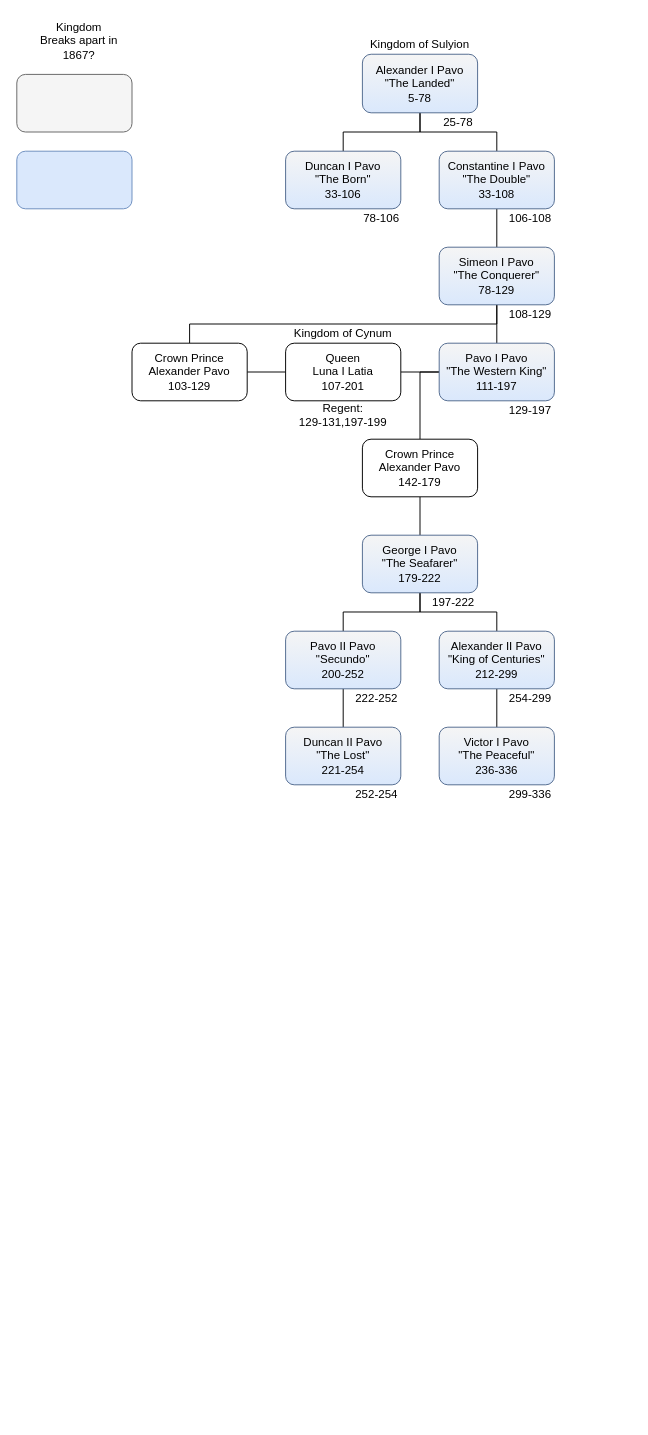
This is Joint Folder/Royal Family Tree of Jam and Peacock.drawio from jamlamtheblue/DES-Pol, a draw.io file, before an edit. Source tidied: cells renumbered, new cells numbered last; positions are measured from the earlier drawing's top-left corner, leaving out a move shared by most shapes. Both pictures are drawn from the tidied source at 96%, with x=0, y=0 at pixel (16, 16).
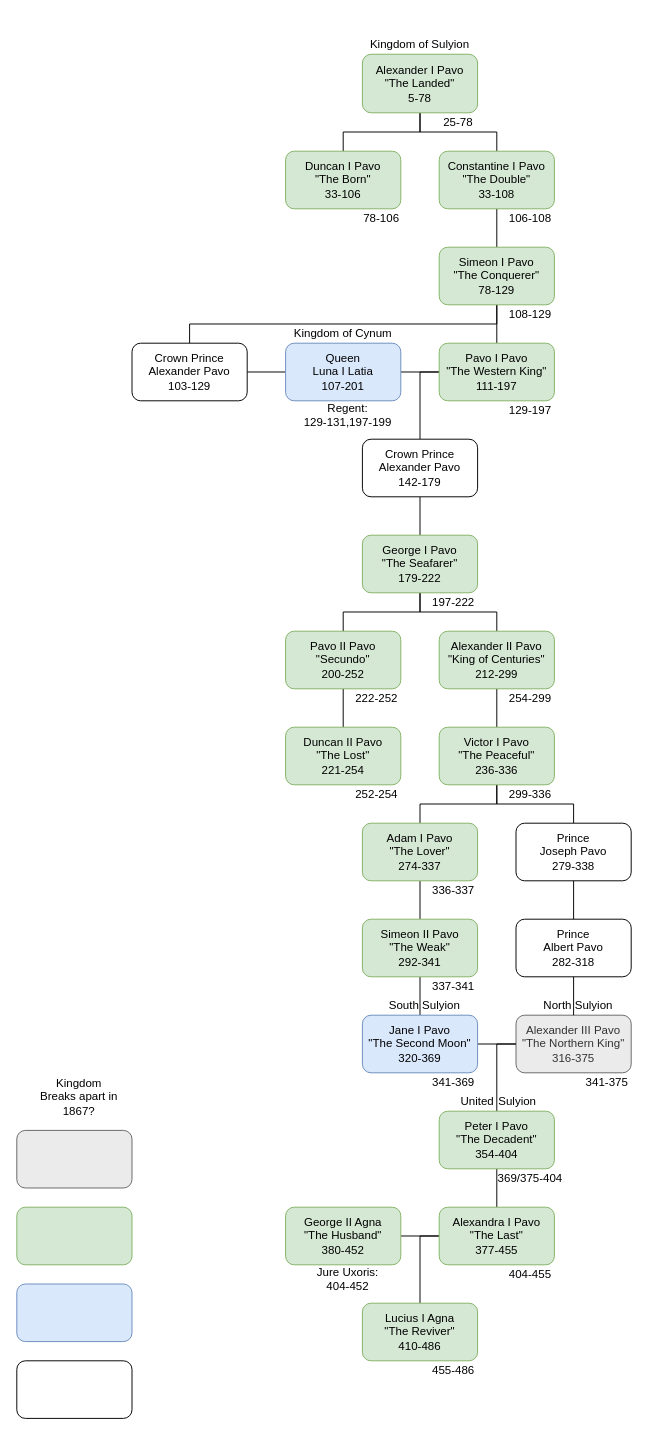
After the change.

Commit message (it also covers changes not shown here):
Royal Family Updates + Name Change

Change to the diagram source:
```diff
@@
-    <mxCell id="4" value="Alexander I Pavo&lt;br&gt;&quot;The Landed&quot;&lt;br&gt;5-78" style="rounded=1;whiteSpace=wrap;html=1;fillColor=#F5F5F5;strokeColor=#516A8F;gradientColor=#DAE8FC;" parent="1" vertex="1">
+    <mxCell id="4" value="Alexander I Pavo&lt;br&gt;&quot;The Landed&quot;&lt;br&gt;5-78" style="rounded=1;whiteSpace=wrap;html=1;fillColor=#d5e8d4;strokeColor=#82b366;" parent="1" vertex="1">
       <mxGeometry x="360" y="39" width="120" height="61" as="geometry" />
     </mxCell>
     <mxCell id="5" value="&lt;br&gt;&lt;br&gt;" style="rounded=1;whiteSpace=wrap;html=1;fillColor=#dae8fc;strokeColor=#6c8ebf;" parent="1" vertex="1">
-      <mxGeometry y="140" width="120" height="60" as="geometry" />
+      <mxGeometry y="1320" width="120" height="60" as="geometry" />
     </mxCell>
-    <mxCell id="6" value="&lt;br&gt;&lt;br&gt;" style="rounded=1;whiteSpace=wrap;html=1;fillColor=#f5f5f5;strokeColor=#666666;fontColor=#333333;" parent="1" vertex="1">
-      <mxGeometry y="60" width="120" height="60" as="geometry" />
+    <mxCell id="6" value="&lt;br&gt;&lt;br&gt;" style="rounded=1;whiteSpace=wrap;html=1;fillColor=#EBEBEB;strokeColor=#666666;fontColor=#333333;" parent="1" vertex="1">
+      <mxGeometry y="1160" width="120" height="60" as="geometry" />
     </mxCell>
@@
-    <mxCell id="9" value="Duncan I Pavo&lt;br&gt;&quot;The Born&quot;&lt;br&gt;33-106" style="rounded=1;whiteSpace=wrap;html=1;fillColor=#F5F5F5;strokeColor=#516A8F;gradientColor=#DAE8FC;" parent="1" vertex="1">
+    <mxCell id="9" value="Duncan I Pavo&lt;br&gt;&quot;The Born&quot;&lt;br&gt;33-106" style="rounded=1;whiteSpace=wrap;html=1;fillColor=#d5e8d4;strokeColor=#82b366;" parent="1" vertex="1">
       <mxGeometry x="280" y="140" width="120" height="60" as="geometry" />
     </mxCell>
     <mxCell id="10" value="Kingdom Breaks apart in 1867?" style="text;html=1;strokeColor=none;fillColor=none;align=center;verticalAlign=middle;whiteSpace=wrap;rounded=0;" parent="1" vertex="1">
-      <mxGeometry x="20" width="90" height="50" as="geometry" />
+      <mxGeometry x="20" y="1100" width="90" height="50" as="geometry" />
     </mxCell>
@@
-    <mxCell id="12" value="Constantine I Pavo&lt;br&gt;&quot;The Double&quot;&lt;br&gt;33-108" style="rounded=1;whiteSpace=wrap;html=1;fillColor=#F5F5F5;strokeColor=#516A8F;gradientColor=#DAE8FC;" parent="1" vertex="1">
+    <mxCell id="12" value="Constantine I Pavo&lt;br&gt;&quot;The Double&quot;&lt;br&gt;33-108" style="rounded=1;whiteSpace=wrap;html=1;fillColor=#d5e8d4;strokeColor=#82b366;" parent="1" vertex="1">
       <mxGeometry x="440" y="140" width="120" height="60" as="geometry" />
     </mxCell>
@@
-    <mxCell id="16" value="Simeon I Pavo&lt;br&gt;&quot;The Conquerer&quot;&lt;br&gt;78-129" style="rounded=1;whiteSpace=wrap;html=1;fillColor=#F5F5F5;strokeColor=#516A8F;gradientColor=#DAE8FC;" parent="1" vertex="1">
+    <mxCell id="16" value="Simeon I Pavo&lt;br&gt;&quot;The Conquerer&quot;&lt;br&gt;78-129" style="rounded=1;whiteSpace=wrap;html=1;fillColor=#d5e8d4;strokeColor=#82b366;" parent="1" vertex="1">
       <mxGeometry x="440" y="240" width="120" height="60" as="geometry" />
     </mxCell>
@@
-    <mxCell id="20" value="Pavo I Pavo&lt;br&gt;&quot;The Western King&quot;&lt;br&gt;111-197" style="rounded=1;whiteSpace=wrap;html=1;fillColor=#F5F5F5;strokeColor=#516A8F;gradientColor=#DAE8FC;" parent="1" vertex="1">
+    <mxCell id="20" value="Pavo I Pavo&lt;br&gt;&quot;The Western King&quot;&lt;br&gt;111-197" style="rounded=1;whiteSpace=wrap;html=1;fillColor=#d5e8d4;strokeColor=#82b366;" parent="1" vertex="1">
       <mxGeometry x="440" y="340" width="120" height="60" as="geometry" />
     </mxCell>
@@
-    <mxCell id="23" value="&lt;font style=&quot;font-size: 12px;&quot;&gt;Queen&lt;br&gt;Luna I Latia&lt;br&gt;107-201&lt;/font&gt;" style="rounded=1;whiteSpace=wrap;html=1;fontSize=10;" parent="1" vertex="1">
+    <mxCell id="23" value="&lt;font style=&quot;font-size: 12px;&quot;&gt;Queen&lt;br&gt;Luna I Latia&lt;br&gt;107-201&lt;/font&gt;" style="rounded=1;whiteSpace=wrap;html=1;fontSize=10;fillColor=#dae8fc;strokeColor=#6c8ebf;" parent="1" vertex="1">
       <mxGeometry x="280" y="340" width="120" height="60" as="geometry" />
     </mxCell>
@@
-    <mxCell id="30" value="George I Pavo&lt;br&gt;&quot;The Seafarer&quot;&lt;br&gt;179-222" style="rounded=1;whiteSpace=wrap;html=1;fillColor=#F5F5F5;strokeColor=#516A8F;gradientColor=#DAE8FC;" parent="1" vertex="1">
+    <mxCell id="30" value="George I Pavo&lt;br&gt;&quot;The Seafarer&quot;&lt;br&gt;179-222" style="rounded=1;whiteSpace=wrap;html=1;fillColor=#d5e8d4;strokeColor=#82b366;" parent="1" vertex="1">
       <mxGeometry x="360" y="540" width="120" height="60" as="geometry" />
     </mxCell>
@@
     <mxCell id="32" value="Regent:&lt;br&gt;129-131,197-199" style="text;html=1;strokeColor=none;fillColor=none;align=center;verticalAlign=middle;whiteSpace=wrap;rounded=0;fontSize=12;" parent="1" vertex="1">
-      <mxGeometry x="270" y="400" width="140" height="30" as="geometry" />
+      <mxGeometry x="295" y="400" width="100" height="30" as="geometry" />
     </mxCell>
@@
-    <mxCell id="34" value="Pavo II Pavo&lt;br&gt;&quot;Secundo&quot;&lt;br&gt;200-252" style="rounded=1;whiteSpace=wrap;html=1;fillColor=#F5F5F5;strokeColor=#516A8F;gradientColor=#DAE8FC;" parent="1" vertex="1">
+    <mxCell id="34" value="Pavo II Pavo&lt;br&gt;&quot;Secundo&quot;&lt;br&gt;200-252" style="rounded=1;whiteSpace=wrap;html=1;fillColor=#d5e8d4;strokeColor=#82b366;" parent="1" vertex="1">
       <mxGeometry x="280" y="640" width="120" height="60" as="geometry" />
     </mxCell>
@@
-    <mxCell id="36" value="Alexander II Pavo&lt;br&gt;&quot;King of Centuries&quot;&lt;br&gt;212-299" style="rounded=1;whiteSpace=wrap;html=1;fillColor=#F5F5F5;strokeColor=#516A8F;gradientColor=#DAE8FC;" parent="1" vertex="1">
+    <mxCell id="36" value="Alexander II Pavo&lt;br&gt;&quot;King of Centuries&quot;&lt;br&gt;212-299" style="rounded=1;whiteSpace=wrap;html=1;fillColor=#d5e8d4;strokeColor=#82b366;" parent="1" vertex="1">
       <mxGeometry x="440" y="640" width="120" height="60" as="geometry" />
     </mxCell>
-    <mxCell id="37" value="Duncan II Pavo&lt;br&gt;&quot;The Lost&quot;&lt;br&gt;221-254" style="rounded=1;whiteSpace=wrap;html=1;fillColor=#F5F5F5;strokeColor=#516A8F;gradientColor=#DAE8FC;" parent="1" vertex="1">
+    <mxCell id="37" value="Duncan II Pavo&lt;br&gt;&quot;The Lost&quot;&lt;br&gt;221-254" style="rounded=1;whiteSpace=wrap;html=1;fillColor=#d5e8d4;strokeColor=#82b366;" parent="1" vertex="1">
       <mxGeometry x="280" y="740" width="120" height="60" as="geometry" />
     </mxCell>
@@
+    <mxCell id="44" style="edgeStyle=orthogonalEdgeStyle;rounded=0;jettySize=auto;html=1;endArrow=none;endFill=0;" parent="1" edge="1" source="39" target="48">
+      <mxGeometry relative="1" as="geometry">
+        <Array as="points">
+          <mxPoint x="500" y="820" />
+          <mxPoint x="420" y="820" />
+        </Array>
+      </mxGeometry>
+    </mxCell>
+    <mxCell id="45" style="edgeStyle=orthogonalEdgeStyle;rounded=0;jettySize=auto;html=1;entryX=0.5;entryY=0;entryDx=0;entryDy=0;endArrow=none;endFill=0;" parent="1" edge="1" source="39" target="50">
+      <mxGeometry relative="1" as="geometry" />
+    </mxCell>
-    <mxCell id="39" value="Victor I Pavo&lt;br&gt;&quot;The Peaceful&quot;&lt;br&gt;236-336" style="rounded=1;whiteSpace=wrap;html=1;fillColor=#F5F5F5;strokeColor=#516A8F;gradientColor=#DAE8FC;" parent="1" vertex="1">
+    <mxCell id="39" value="Victor I Pavo&lt;br&gt;&quot;The Peaceful&quot;&lt;br&gt;236-336" style="rounded=1;whiteSpace=wrap;html=1;fillColor=#d5e8d4;strokeColor=#82b366;" parent="1" vertex="1">
       <mxGeometry x="440" y="740" width="120" height="60" as="geometry" />
     </mxCell>
@@
+    <mxCell id="46" style="rounded=1;whiteSpace=wrap;html=1;fillColor=#d5e8d4;strokeColor=#82b366;" parent="1" vertex="1">
+      <mxGeometry y="1240" width="120" height="60" as="geometry" />
+    </mxCell>
+    <mxCell id="47" style="edgeStyle=orthogonalEdgeStyle;rounded=0;jettySize=auto;html=1;entryX=0.5;entryY=0;entryDx=0;entryDy=0;endArrow=none;endFill=0;" parent="1" edge="1" source="48" target="52">
+      <mxGeometry relative="1" as="geometry" />
+    </mxCell>
+    <mxCell id="48" value="Adam I Pavo&lt;br&gt;&quot;The Lover&quot;&lt;br&gt;274-337" style="rounded=1;whiteSpace=wrap;html=1;fillColor=#d5e8d4;strokeColor=#82b366;" parent="1" vertex="1">
+      <mxGeometry x="360" y="840" width="120" height="60" as="geometry" />
+    </mxCell>
+    <mxCell id="49" style="edgeStyle=orthogonalEdgeStyle;rounded=0;jettySize=auto;html=1;entryX=0.5;entryY=0;entryDx=0;entryDy=0;endArrow=none;endFill=0;" parent="1" edge="1" source="50" target="56">
+      <mxGeometry relative="1" as="geometry" />
+    </mxCell>
+    <mxCell id="50" value="Prince&lt;br&gt;Joseph Pavo&lt;br&gt;279-338" style="rounded=1;whiteSpace=wrap;html=1;" parent="1" vertex="1">
+      <mxGeometry x="520" y="840" width="120" height="60" as="geometry" />
+    </mxCell>
+    <mxCell id="51" style="edgeStyle=orthogonalEdgeStyle;rounded=0;jettySize=auto;html=1;entryX=0.5;entryY=0;entryDx=0;entryDy=0;endArrow=none;endFill=0;" parent="1" edge="1" source="52" target="58">
+      <mxGeometry relative="1" as="geometry" />
+    </mxCell>
+    <mxCell id="52" value="Simeon II Pavo&lt;br&gt;&quot;The Weak&quot;&lt;br&gt;292-341" style="rounded=1;whiteSpace=wrap;html=1;fillColor=#d5e8d4;strokeColor=#82b366;" parent="1" vertex="1">
+      <mxGeometry x="360" y="940" width="120" height="60" as="geometry" />
+    </mxCell>
+    <mxCell id="53" style="edgeStyle=orthogonalEdgeStyle;rounded=0;jettySize=auto;html=1;entryX=0.5;entryY=0;entryDx=0;entryDy=0;endArrow=none;endFill=0;" parent="1" edge="1" source="54" target="62">
+      <mxGeometry relative="1" as="geometry">
+        <Array as="points">
+          <mxPoint x="500" y="1070" />
+        </Array>
+      </mxGeometry>
+    </mxCell>
+    <mxCell id="54" value="Alexander III Pavo&lt;br&gt;&quot;The Northern King&quot;&lt;br&gt;316-375" style="rounded=1;whiteSpace=wrap;html=1;fillColor=#EBEBEB;strokeColor=#666666;fontColor=#333333;" parent="1" vertex="1">
+      <mxGeometry x="520" y="1040" width="120" height="60" as="geometry" />
+    </mxCell>
+    <mxCell id="55" style="edgeStyle=orthogonalEdgeStyle;rounded=0;jettySize=auto;html=1;entryX=0.5;entryY=0;entryDx=0;entryDy=0;endArrow=none;endFill=0;" parent="1" edge="1" source="56" target="54">
+      <mxGeometry relative="1" as="geometry" />
+    </mxCell>
+    <mxCell id="56" value="Prince&lt;br&gt;Albert Pavo&lt;br&gt;282-318" style="rounded=1;whiteSpace=wrap;html=1;" parent="1" vertex="1">
+      <mxGeometry x="520" y="940" width="120" height="60" as="geometry" />
+    </mxCell>
+    <mxCell id="57" style="edgeStyle=orthogonalEdgeStyle;rounded=0;jettySize=auto;html=1;entryX=0;entryY=0.5;entryDx=0;entryDy=0;endArrow=none;endFill=0;" parent="1" edge="1" source="58" target="54">
+      <mxGeometry relative="1" as="geometry" />
+    </mxCell>
+    <mxCell id="58" value="Jane I Pavo&lt;br&gt;&quot;The Second Moon&quot;&lt;br&gt;320-369" style="rounded=1;whiteSpace=wrap;html=1;fillColor=#dae8fc;strokeColor=#6c8ebf;" parent="1" vertex="1">
+      <mxGeometry x="360" y="1040" width="120" height="60" as="geometry" />
+    </mxCell>
+    <mxCell id="59" value="North Sulyion" style="text;html=1;strokeColor=none;fillColor=none;align=center;verticalAlign=middle;whiteSpace=wrap;rounded=0;" parent="1" vertex="1">
+      <mxGeometry x="530" y="1020" width="110" height="20" as="geometry" />
+    </mxCell>
+    <mxCell id="60" value="South Sulyion" style="text;html=1;strokeColor=none;fillColor=none;align=center;verticalAlign=middle;whiteSpace=wrap;rounded=0;" parent="1" vertex="1">
+      <mxGeometry x="370" y="1020" width="110" height="20" as="geometry" />
+    </mxCell>
+    <mxCell id="61" style="edgeStyle=orthogonalEdgeStyle;rounded=0;jettySize=auto;html=1;entryX=0.5;entryY=0;entryDx=0;entryDy=0;endArrow=none;endFill=0;" parent="1" edge="1" source="62" target="69">
+      <mxGeometry relative="1" as="geometry" />
+    </mxCell>
+    <mxCell id="62" value="Peter I Pavo&lt;br&gt;&quot;The Decadent&quot;&lt;br&gt;354-404" style="rounded=1;whiteSpace=wrap;html=1;fillColor=#d5e8d4;strokeColor=#82b366;" parent="1" vertex="1">
+      <mxGeometry x="440" y="1140" width="120" height="60" as="geometry" />
+    </mxCell>
+    <mxCell id="63" value="&lt;br&gt;&lt;br&gt;" style="rounded=1;whiteSpace=wrap;html=1;" parent="1" vertex="1">
+      <mxGeometry y="1400" width="120" height="60" as="geometry" />
+    </mxCell>
+    <mxCell id="64" value="&amp;nbsp;Sulyion" style="text;html=1;strokeColor=none;fillColor=none;align=center;verticalAlign=middle;whiteSpace=wrap;rounded=0;" parent="1" vertex="1">
+      <mxGeometry x="500" y="1120" width="40" height="20" as="geometry" />
+    </mxCell>
+    <mxCell id="65" value="United" style="text;html=1;strokeColor=none;fillColor=none;align=center;verticalAlign=middle;whiteSpace=wrap;rounded=0;" parent="1" vertex="1">
+      <mxGeometry x="460" y="1120" width="40" height="20" as="geometry" />
+    </mxCell>
+    <mxCell id="66" value="336-337" style="text;html=1;strokeColor=none;fillColor=none;align=center;verticalAlign=middle;whiteSpace=wrap;rounded=0;" parent="1" vertex="1">
+      <mxGeometry x="430" y="900" width="50" height="20" as="geometry" />
+    </mxCell>
+    <mxCell id="67" style="edgeStyle=orthogonalEdgeStyle;rounded=0;jettySize=auto;html=1;entryX=1;entryY=0.5;entryDx=0;entryDy=0;endArrow=none;endFill=0;" parent="1" edge="1" source="69" target="70">
+      <mxGeometry relative="1" as="geometry" />
+    </mxCell>
+    <mxCell id="68" style="edgeStyle=orthogonalEdgeStyle;rounded=0;jettySize=auto;html=1;entryX=0.5;entryY=0;entryDx=0;entryDy=0;endArrow=none;endFill=0;" parent="1" edge="1" source="69" target="75">
+      <mxGeometry relative="1" as="geometry">
+        <Array as="points">
+          <mxPoint x="420" y="1270" />
+        </Array>
+      </mxGeometry>
+    </mxCell>
+    <mxCell id="69" value="Alexandra I Pavo&lt;br&gt;&quot;The Last&quot;&lt;br&gt;377-455" style="rounded=1;whiteSpace=wrap;html=1;fillColor=#d5e8d4;strokeColor=#82b366;" parent="1" vertex="1">
+      <mxGeometry x="440" y="1240" width="120" height="60" as="geometry" />
+    </mxCell>
+    <mxCell id="70" value="George II Agna&lt;br&gt;&quot;The Husband&quot;&lt;br&gt;380-452" style="rounded=1;whiteSpace=wrap;html=1;fillColor=#d5e8d4;strokeColor=#82b366;" parent="1" vertex="1">
+      <mxGeometry x="280" y="1240" width="120" height="60" as="geometry" />
+    </mxCell>
+    <mxCell id="71" value="337-341" style="text;html=1;strokeColor=none;fillColor=none;align=center;verticalAlign=middle;whiteSpace=wrap;rounded=0;" parent="1" vertex="1">
+      <mxGeometry x="430" y="1000" width="50" height="20" as="geometry" />
+    </mxCell>
+    <mxCell id="72" value="341-369" style="text;html=1;strokeColor=none;fillColor=none;align=center;verticalAlign=middle;whiteSpace=wrap;rounded=0;" parent="1" vertex="1">
+      <mxGeometry x="430" y="1100" width="50" height="20" as="geometry" />
+    </mxCell>
+    <mxCell id="73" value="341-375" style="text;html=1;strokeColor=none;fillColor=none;align=center;verticalAlign=middle;whiteSpace=wrap;rounded=0;" parent="1" vertex="1">
+      <mxGeometry x="590" y="1100" width="50" height="20" as="geometry" />
+    </mxCell>
+    <mxCell id="74" value="369/375-404" style="text;html=1;strokeColor=none;fillColor=none;align=center;verticalAlign=middle;whiteSpace=wrap;rounded=0;" parent="1" vertex="1">
+      <mxGeometry x="500" y="1200" width="70" height="20" as="geometry" />
+    </mxCell>
+    <mxCell id="75" value="Lucius I Agna&lt;br&gt;&quot;The Reviver&quot;&lt;br&gt;410-486" style="rounded=1;whiteSpace=wrap;html=1;fillColor=#d5e8d4;strokeColor=#82b366;" parent="1" vertex="1">
+      <mxGeometry x="360" y="1340" width="120" height="60" as="geometry" />
+    </mxCell>
+    <mxCell id="76" value="404-455" style="text;html=1;strokeColor=none;fillColor=none;align=center;verticalAlign=middle;whiteSpace=wrap;rounded=0;" parent="1" vertex="1">
+      <mxGeometry x="510" y="1300" width="50" height="20" as="geometry" />
+    </mxCell>
+    <mxCell id="77" value="Jure Uxoris:&lt;br&gt;404-452" style="text;html=1;strokeColor=none;fillColor=none;align=center;verticalAlign=middle;whiteSpace=wrap;rounded=0;" parent="1" vertex="1">
+      <mxGeometry x="305" y="1300" width="80" height="30" as="geometry" />
+    </mxCell>
+    <mxCell id="78" value="455-486" style="text;html=1;strokeColor=none;fillColor=none;align=center;verticalAlign=middle;whiteSpace=wrap;rounded=0;" parent="1" vertex="1">
+      <mxGeometry x="430" y="1400" width="50" height="20" as="geometry" />
+    </mxCell>
```
